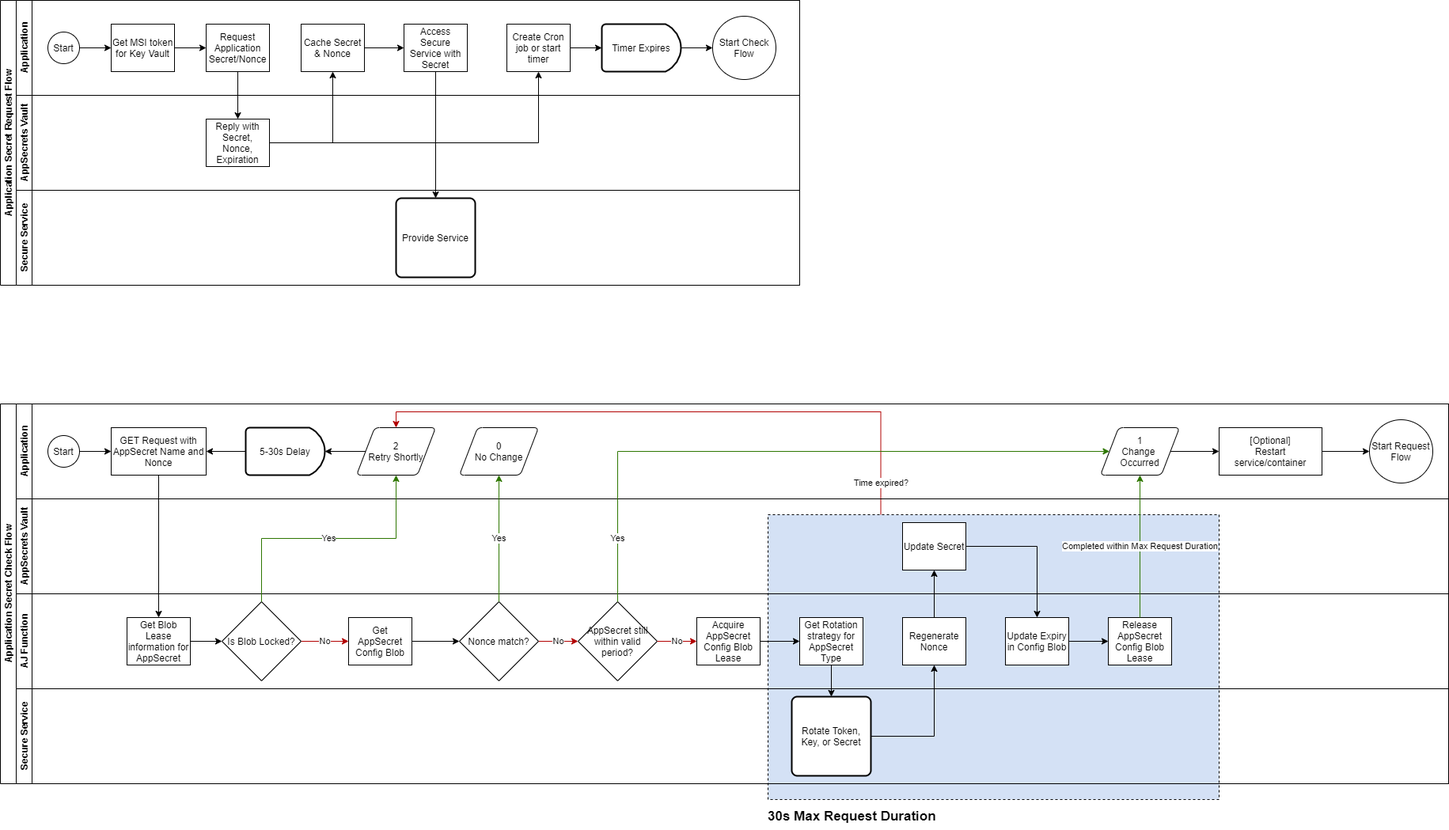
Earlier version of the draw.io export AuthJanitorWorkflow.png (anthturner/AuthJanitor). Source tidied: cells renumbered, new cells last; positions are measured from the earlier drawing's top-left corner, leaving out a move shared by most shapes.
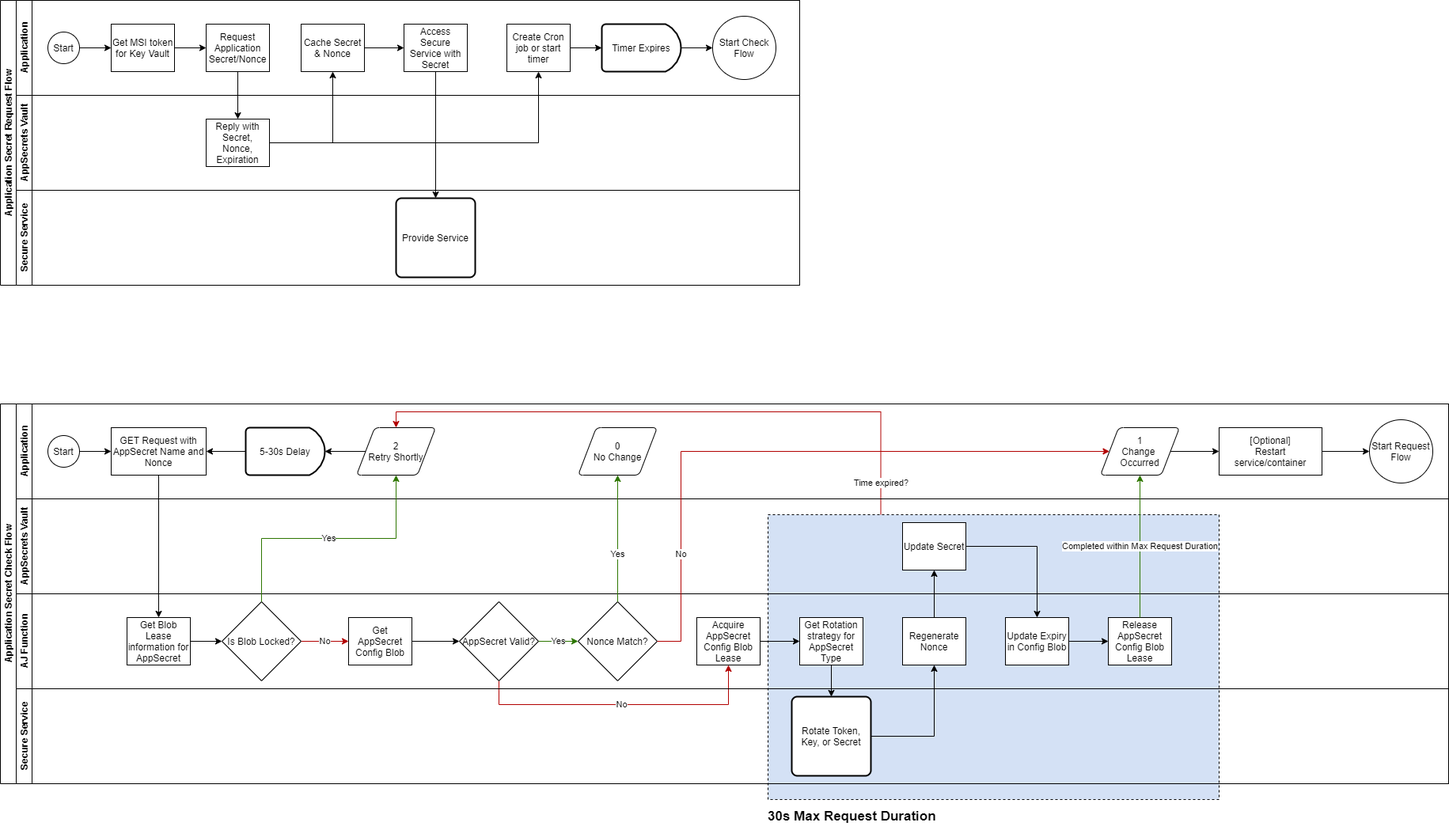
After the change.

Commit message:
Fix logic bug

If nonce was valid, expiry was never checked to see if key rotation was necessary

Change to the diagram source:
```diff
@@ -112,7 +112,7 @@
       <mxGeometry x="290" y="30" width="100" height="60" as="geometry" />
     </mxCell>
     <mxCell id="36" value="0&lt;br&gt;No Change" style="shape=parallelogram;html=1;strokeWidth=1;perimeter=parallelogramPerimeter;whiteSpace=wrap;rounded=1;arcSize=12;size=0.23;shadow=0;comic=0;" parent="28" vertex="1">
-      <mxGeometry x="560" y="30" width="100" height="60" as="geometry" />
+      <mxGeometry x="710" y="30" width="100" height="60" as="geometry" />
     </mxCell>
     <mxCell id="37" value="1&lt;br&gt;Change&amp;nbsp; Occurred" style="shape=parallelogram;html=1;strokeWidth=1;perimeter=parallelogramPerimeter;whiteSpace=wrap;rounded=1;arcSize=12;size=0.23;shadow=0;comic=0;" parent="28" vertex="1">
       <mxGeometry x="1370" y="30" width="100" height="60" as="geometry" />
@@ -156,13 +156,21 @@
     <mxCell id="50" value="Get AppSecret Config Blob" style="rounded=0;whiteSpace=wrap;html=1;fontFamily=Helvetica;fontSize=12;fontColor=#000000;align=center;" parent="44" vertex="1">
       <mxGeometry x="420" y="30" width="80" height="60" as="geometry" />
     </mxCell>
-    <mxCell id="51" value="No" style="edgeStyle=orthogonalEdgeStyle;rounded=0;jettySize=auto;html=1;fillColor=#e51400;strokeColor=#B20000;" parent="44" edge="1" source="52" target="53">
-      <mxGeometry relative="1" as="geometry" />
+    <mxCell id="51" value="No" style="edgeStyle=orthogonalEdgeStyle;rounded=0;jettySize=auto;html=1;fillColor=#e51400;strokeColor=#B20000;entryX=0.5;entryY=1;entryDx=0;entryDy=0;exitX=0.5;exitY=1;exitDx=0;exitDy=0;exitPerimeter=0;" parent="44" edge="1" source="52" target="58">
+      <mxGeometry relative="1" as="geometry">
+        <Array as="points">
+          <mxPoint x="610" y="140" />
+          <mxPoint x="900" y="140" />
+        </Array>
+      </mxGeometry>
     </mxCell>
+    <mxCell id="62" value="Yes" style="edgeStyle=orthogonalEdgeStyle;rounded=0;jettySize=auto;html=1;fontSize=11;fillColor=#60a917;strokeColor=#2D7600;" parent="44" edge="1" source="52" target="53">
+      <mxGeometry relative="1" as="geometry" />
+    </mxCell>
-    <mxCell id="52" value="Nonce match?" style="strokeWidth=1;html=1;shape=mxgraph.flowchart.decision;whiteSpace=wrap;rounded=0;shadow=0;comic=0;" parent="44" vertex="1">
+    <mxCell id="52" value="AppSecret Valid?" style="strokeWidth=1;html=1;shape=mxgraph.flowchart.decision;whiteSpace=wrap;rounded=0;shadow=0;comic=0;" parent="44" vertex="1">
       <mxGeometry x="560" y="10" width="100" height="100" as="geometry" />
     </mxCell>
-    <mxCell id="53" value="AppSecret still within valid period?" style="strokeWidth=1;html=1;shape=mxgraph.flowchart.decision;whiteSpace=wrap;rounded=0;shadow=0;comic=0;" parent="44" vertex="1">
+    <mxCell id="53" value="Nonce Match?" style="strokeWidth=1;html=1;shape=mxgraph.flowchart.decision;whiteSpace=wrap;rounded=0;shadow=0;comic=0;" parent="44" vertex="1">
       <mxGeometry x="710" y="10" width="100" height="100" as="geometry" />
     </mxCell>
     <mxCell id="54" value="Get Rotation strategy for AppSecret Type" style="rounded=0;whiteSpace=wrap;html=1;fontFamily=Helvetica;fontSize=12;fontColor=#000000;align=center;" parent="44" vertex="1">
@@ -180,24 +188,14 @@
     <mxCell id="58" value="Acquire AppSecret Config Blob Lease" style="rounded=0;whiteSpace=wrap;html=1;fontFamily=Helvetica;fontSize=12;fontColor=#000000;align=center;" parent="44" vertex="1">
       <mxGeometry x="860" y="30" width="80" height="60" as="geometry" />
     </mxCell>
-    <mxCell id="59" value="No" style="edgeStyle=orthogonalEdgeStyle;rounded=0;jettySize=auto;html=1;fillColor=#e51400;strokeColor=#B20000;exitX=1;exitY=0.5;exitDx=0;exitDy=0;exitPerimeter=0;entryX=0;entryY=0.5;entryDx=0;entryDy=0;" parent="44" edge="1" source="53" target="58">
-      <mxGeometry relative="1" as="geometry" />
-    </mxCell>
     <mxCell id="60" style="edgeStyle=orthogonalEdgeStyle;rounded=0;jettySize=auto;html=1;entryX=0.5;entryY=0;entryDx=0;entryDy=0;" parent="27" edge="1" source="31" target="46">
       <mxGeometry relative="1" as="geometry" />
     </mxCell>
     <mxCell id="61" value="Yes" style="edgeStyle=orthogonalEdgeStyle;rounded=0;jettySize=auto;html=1;entryX=0.5;entryY=1;entryDx=0;entryDy=0;exitX=0.5;exitY=0;exitDx=0;exitDy=0;exitPerimeter=0;fillColor=#60a917;strokeColor=#2D7600;" parent="27" edge="1" source="48" target="33">
       <mxGeometry relative="1" as="geometry" />
     </mxCell>
-    <mxCell id="62" value="Yes" style="edgeStyle=orthogonalEdgeStyle;rounded=0;jettySize=auto;html=1;entryX=0.5;entryY=1;entryDx=0;entryDy=0;fillColor=#60a917;strokeColor=#2D7600;" parent="27" edge="1" source="52" target="36">
-      <mxGeometry relative="1" as="geometry" />
-    </mxCell>
-    <mxCell id="63" value="Yes" style="edgeStyle=orthogonalEdgeStyle;rounded=0;jettySize=auto;html=1;entryX=0;entryY=0.5;entryDx=0;entryDy=0;fillColor=#60a917;strokeColor=#2D7600;exitX=0.5;exitY=0;exitDx=0;exitDy=0;exitPerimeter=0;" parent="27" edge="1" source="53" target="37">
-      <mxGeometry x="-0.8" relative="1" as="geometry">
-        <Array as="points">
-          <mxPoint x="780" y="60" />
-        </Array>
-      </mxGeometry>
+    <mxCell id="63" value="Yes" style="edgeStyle=orthogonalEdgeStyle;rounded=0;jettySize=auto;html=1;fillColor=#60a917;strokeColor=#2D7600;exitX=0.5;exitY=0;exitDx=0;exitDy=0;exitPerimeter=0;entryX=0.5;entryY=1;entryDx=0;entryDy=0;" parent="27" edge="1" source="53" target="36">
+      <mxGeometry x="-0.25" relative="1" as="geometry" />
     </mxCell>
     <mxCell id="64" value="Secure Service" style="swimlane;html=1;startSize=20;horizontal=0;" parent="27" vertex="1">
       <mxGeometry x="20" y="360" width="1810" height="120" as="geometry" />
@@ -217,6 +215,14 @@
     <mxCell id="69" style="edgeStyle=orthogonalEdgeStyle;rounded=0;jettySize=auto;html=1;entryX=0.5;entryY=0;entryDx=0;entryDy=0;" parent="27" edge="1" source="43" target="56">
       <mxGeometry relative="1" as="geometry" />
     </mxCell>
+    <mxCell id="59" value="No" style="edgeStyle=orthogonalEdgeStyle;rounded=0;jettySize=auto;html=1;fillColor=#e51400;strokeColor=#B20000;exitX=1;exitY=0.5;exitDx=0;exitDy=0;exitPerimeter=0;entryX=0;entryY=0.5;entryDx=0;entryDy=0;" parent="27" edge="1" source="53" target="37">
+      <mxGeometry x="-0.66" relative="1" as="geometry">
+        <Array as="points">
+          <mxPoint x="860" y="300" />
+          <mxPoint x="860" y="60" />
+        </Array>
+      </mxGeometry>
+    </mxCell>
     <mxCell id="70" value="Release AppSecret Config Blob Lease" style="rounded=0;whiteSpace=wrap;html=1;fontFamily=Helvetica;fontSize=12;fontColor=#000000;align=center;" parent="1" vertex="1">
       <mxGeometry x="1400" y="780" width="80" height="60" as="geometry" />
     </mxCell>
```
